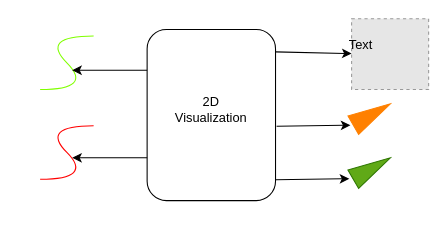
Before: 2d.drawio in PranavShevkar/MastersThesis, a draw.io diagram. Source tidied: cells renumbered, new cells numbered last; positions are measured from the earlier drawing's top-left corner, leaving out a move shared by most shapes. Both pictures are drawn from the tidied source at 107%, with x=0, y=0 at pixel (40, 18). Pictures stored in the file or linked from it are replaced by grey dashed boxes.
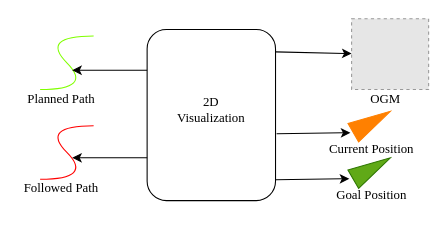
The same diagram, later.

Change to the diagram source:
```diff
@@
     <mxCell id="6" style="triangle;whiteSpace=wrap;html=1;fillColor=#FF8000;rotation=-30;strokeColor=#FF8000;" parent="1" vertex="1">
-      <mxGeometry x="290" y="79.5" width="40" height="20" as="geometry" />
+      <mxGeometry x="290" y="86.5" width="40" height="20" as="geometry" />
     </mxCell>
@@
     <mxCell id="9" style="endArrow=classic;html=1;rounded=0;exitX=1.008;exitY=0.694;exitDx=0;exitDy=0;exitPerimeter=0;" parent="1" edge="1">
       <mxGeometry relative="1" as="geometry">
-        <mxPoint x="221" y="100.5" as="sourcePoint" />
-        <mxPoint x="290" y="99.5" as="targetPoint" />
+        <mxPoint x="221" y="107.5" as="sourcePoint" />
+        <mxPoint x="290" y="106.5" as="targetPoint" />
       </mxGeometry>
     </mxCell>
@@
-    <mxCell id="13" value="Text" style="text;html=1;strokeColor=none;fillColor=none;align=center;verticalAlign=middle;whiteSpace=wrap;rounded=0;" parent="1" vertex="1">
-      <mxGeometry x="270" y="10" width="60" height="30" as="geometry" />
-    </mxCell>
-    <mxCell id="14" value="2D Visualization" style="text;html=1;strokeColor=none;fillColor=none;align=center;verticalAlign=middle;whiteSpace=wrap;rounded=0;" parent="1" vertex="1">
+    <mxCell id="14" value="&lt;font face=&quot;Times New Roman&quot;&gt;2D Visualization&lt;/font&gt;" style="text;html=1;strokeColor=none;fillColor=none;align=center;verticalAlign=middle;whiteSpace=wrap;rounded=0;" parent="1" vertex="1">
       <mxGeometry x="125" y="69.5" width="70" height="30" as="geometry" />
     </mxCell>
+    <mxCell id="15" value="&lt;font face=&quot;Times New Roman&quot;&gt;Planned Path&lt;br&gt;&lt;/font&gt;" style="text;html=1;strokeColor=none;fillColor=none;align=center;verticalAlign=middle;whiteSpace=wrap;rounded=0;" parent="1" vertex="1">
+      <mxGeometry x="-20" y="60" width="80" height="30" as="geometry" />
+    </mxCell>
+    <mxCell id="16" value="&lt;font face=&quot;Times New Roman&quot;&gt;Followed Path&lt;br&gt;&lt;/font&gt;" style="text;html=1;strokeColor=none;fillColor=none;align=center;verticalAlign=middle;whiteSpace=wrap;rounded=0;" parent="1" vertex="1">
+      <mxGeometry x="-20" y="143" width="80" height="30" as="geometry" />
+    </mxCell>
+    <mxCell id="17" value="&lt;font face=&quot;Times New Roman&quot;&gt;OGM&lt;br&gt;&lt;/font&gt;" style="text;html=1;strokeColor=none;fillColor=none;align=center;verticalAlign=middle;whiteSpace=wrap;rounded=0;" parent="1" vertex="1">
+      <mxGeometry x="283.1" y="60" width="80" height="30" as="geometry" />
+    </mxCell>
+    <mxCell id="18" value="&lt;font face=&quot;Times New Roman&quot;&gt;Current Position&lt;br&gt;&lt;/font&gt;" style="text;html=1;strokeColor=none;fillColor=none;align=center;verticalAlign=middle;whiteSpace=wrap;rounded=0;" parent="1" vertex="1">
+      <mxGeometry x="260" y="106.5" width="100" height="30" as="geometry" />
+    </mxCell>
+    <mxCell id="19" value="&lt;font face=&quot;Times New Roman&quot;&gt;Goal Position&lt;br&gt;&lt;/font&gt;" style="text;html=1;strokeColor=none;fillColor=none;align=center;verticalAlign=middle;whiteSpace=wrap;rounded=0;" parent="1" vertex="1">
+      <mxGeometry x="260" y="150" width="100" height="30" as="geometry" />
+    </mxCell>
```
